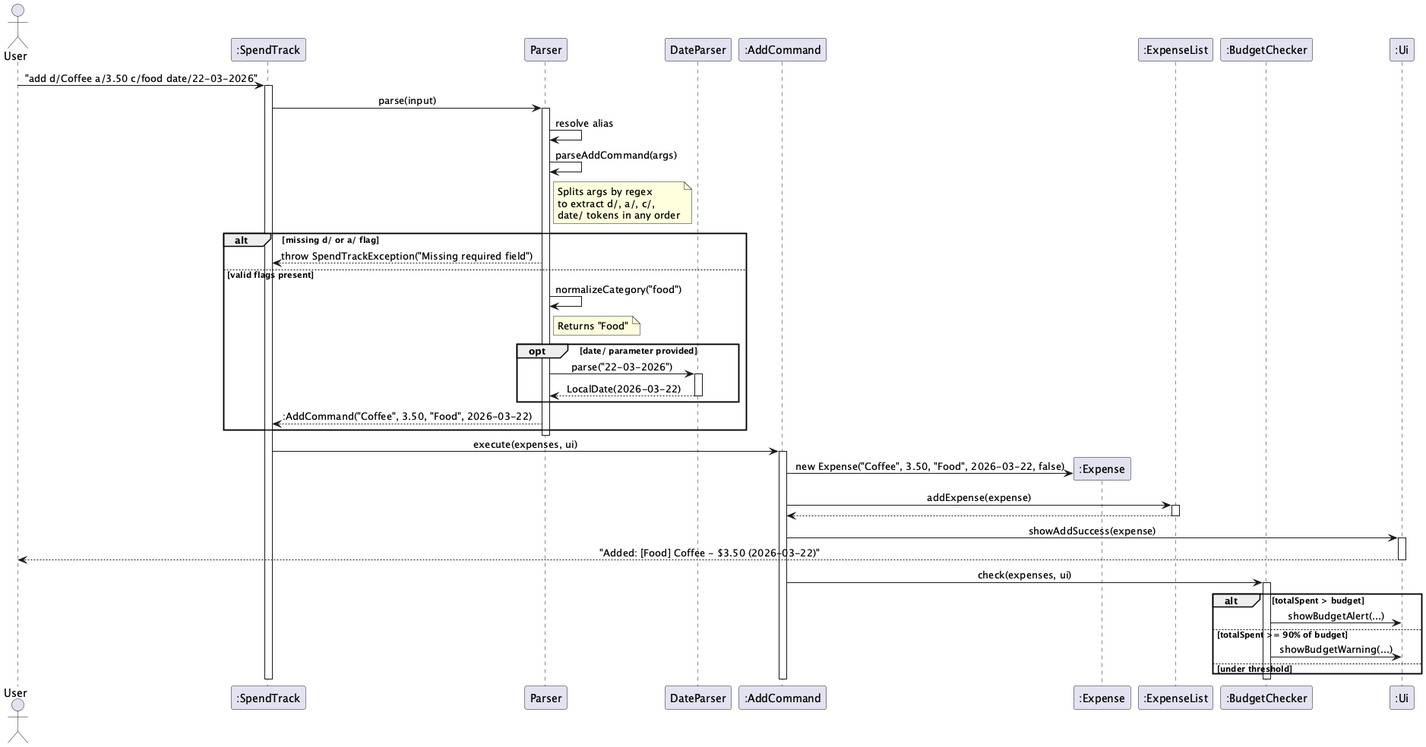
Above: docs/images/AddCommandSequence.png in AbhijitBalajee/tp (PlantUML), before the change.
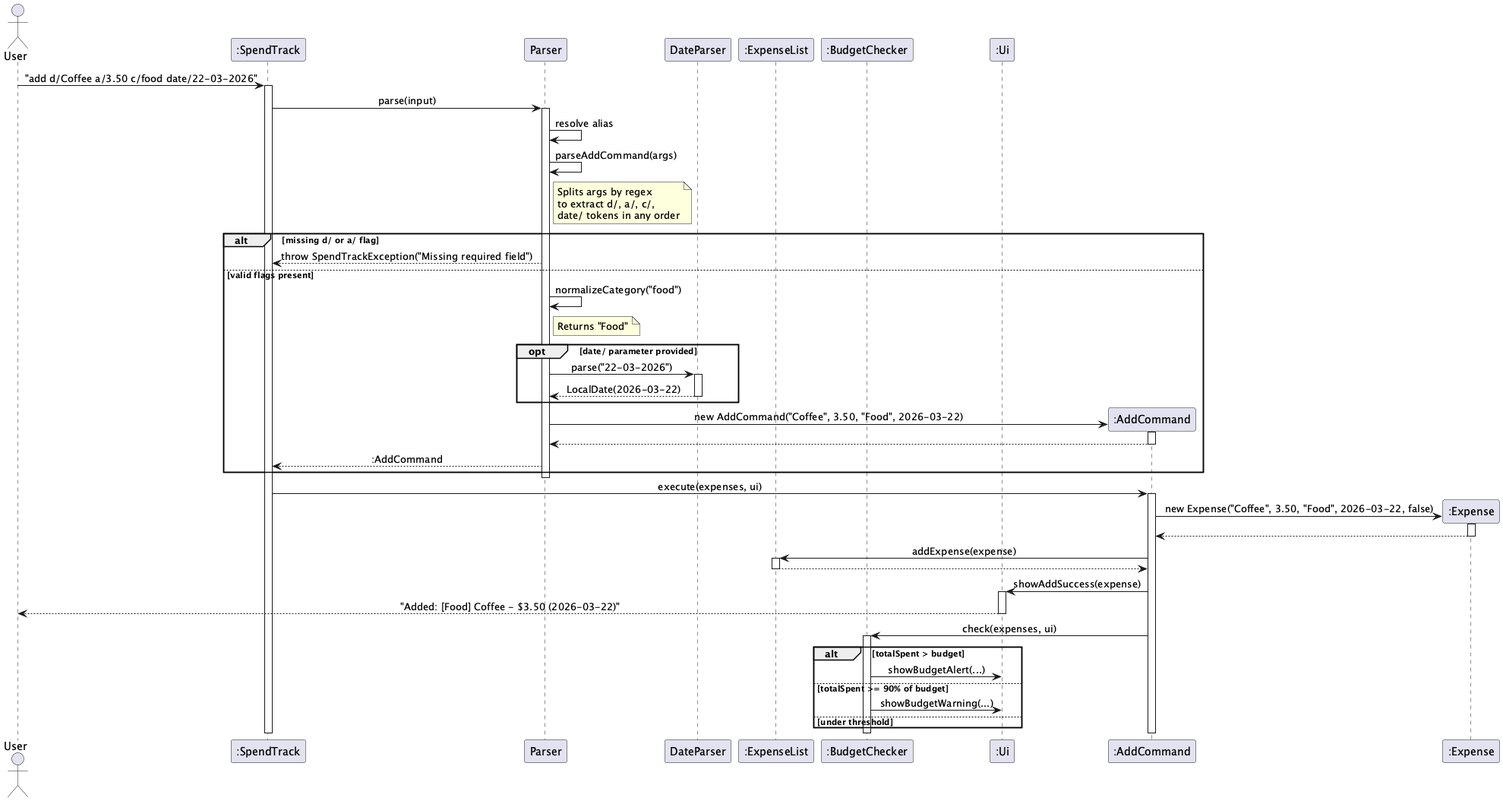
Later version of the same file.

Commit message:
fix: use create notation for command and expense objects in add and summary SDs

Diff of the diagram source:
```diff
@@ -7,8 +7,6 @@
 participant ":SpendTrack" as ST
 participant "Parser" as P
 participant "DateParser" as DP
-participant ":AddCommand" as AC
-participant ":Expense" as E
 participant ":ExpenseList" as EL
 participant ":BudgetChecker" as BC
 participant ":Ui" as UI
@@ -39,13 +37,22 @@
         deactivate DP
     end
 
-    P --> ST : :AddCommand("Coffee", 3.50, "Food", 2026-03-22)
+    create ":AddCommand" as AC
+    P -> AC : new AddCommand("Coffee", 3.50, "Food", 2026-03-22)
+    activate AC
+    AC --> P
+    deactivate AC
+    P --> ST : :AddCommand
 end
 deactivate P
 
 ST -> AC : execute(expenses, ui)
 activate AC
-AC -> E ** : new Expense("Coffee", 3.50, "Food", 2026-03-22, false)
+create ":Expense" as E
+AC -> E : new Expense("Coffee", 3.50, "Food", 2026-03-22, false)
+activate E
+E --> AC
+deactivate E
 AC -> EL : addExpense(expense)
 activate EL
 EL --> AC
```
